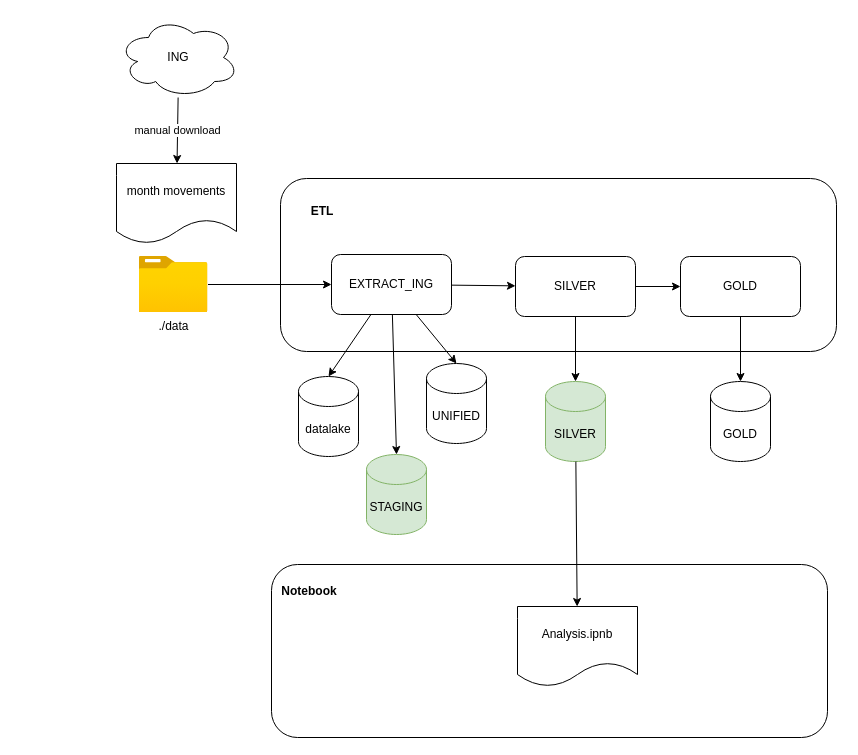
cperezh/DataEng_Patterns keeps this draw.io diagram as page "Components" (5 of 7) of diagrams/diagrams.dio. Above is the earlier version. Source tidied: cells renumbered, new cells numbered last; positions are measured from the earlier drawing's top-left corner, leaving out a move shared by most shapes. Both pictures are drawn from the tidied source at 100%, with x=0, y=0 at pixel (116, 17).
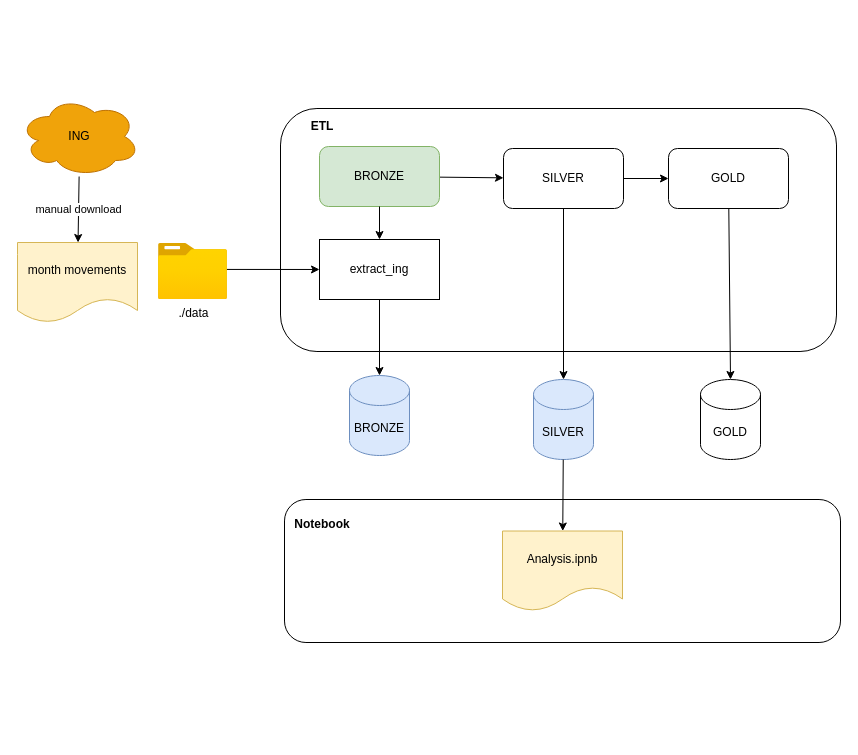
The same page after the edit.

Diff of the diagram source:
```diff
@@
     <mxCell id="2" style="rounded=1;whiteSpace=wrap;html=1;" parent="1" vertex="1">
-      <mxGeometry x="155" y="547" width="556" height="173" as="geometry" />
+      <mxGeometry x="168" y="482" width="556" height="143" as="geometry" />
     </mxCell>
     <mxCell id="3" style="rounded=1;whiteSpace=wrap;html=1;" parent="1" vertex="1">
-      <mxGeometry x="164" y="161" width="556" height="173" as="geometry" />
+      <mxGeometry x="164" y="91" width="556" height="243" as="geometry" />
     </mxCell>
@@
-    <mxCell id="5" value="ING" style="ellipse;shape=cloud;whiteSpace=wrap;html=1;" parent="1" vertex="1">
-      <mxGeometry x="2" width="120" height="80" as="geometry" />
+    <mxCell id="5" value="ING" style="ellipse;shape=cloud;whiteSpace=wrap;html=1;fillColor=#f0a30a;fontColor=#000000;strokeColor=#BD7000;" parent="1" vertex="1">
+      <mxGeometry x="-97" y="79" width="120" height="80" as="geometry" />
     </mxCell>
-    <mxCell id="6" value="month movements" style="shape=document;whiteSpace=wrap;html=1;boundedLbl=1;" parent="1" vertex="1">
-      <mxGeometry y="146" width="120" height="80" as="geometry" />
+    <mxCell id="6" value="month movements" style="shape=document;whiteSpace=wrap;html=1;boundedLbl=1;fillColor=#fff2cc;strokeColor=#d6b656;" parent="1" vertex="1">
+      <mxGeometry x="-99" y="225" width="120" height="80" as="geometry" />
     </mxCell>
@@
-    <mxCell id="8" value="EXTRACT_ING" style="rounded=1;whiteSpace=wrap;html=1;" parent="1" vertex="1">
-      <mxGeometry x="215" y="237" width="120" height="60" as="geometry" />
+    <mxCell id="8" value="BRONZE" style="rounded=1;whiteSpace=wrap;html=1;fillColor=#d5e8d4;strokeColor=#82b366;" parent="1" vertex="1">
+      <mxGeometry x="203" y="129" width="120" height="60" as="geometry" />
     </mxCell>
-    <mxCell id="9" style="edgeStyle=none;html=1;entryX=0;entryY=0.5;entryDx=0;entryDy=0;" parent="1" edge="1" source="10" target="8">
+    <mxCell id="9" style="edgeStyle=none;html=1;exitX=0.932;exitY=0.463;exitDx=0;exitDy=0;exitPerimeter=0;" parent="1" edge="1" source="10" target="29">
       <mxGeometry relative="1" as="geometry" />
     </mxCell>
     <mxCell id="10" value="./data" style="image;html=1;points=[];align=center;fontSize=12;image=img/lib/azure2/general/Folder_Blank.svg;strokeColor=default;verticalAlign=top;fontFamily=Helvetica;fontColor=default;labelBackgroundColor=default;fillColor=default;" parent="1" vertex="1">
-      <mxGeometry x="22.5" y="239" width="69" height="56" as="geometry" />
+      <mxGeometry x="42" y="226" width="69" height="56" as="geometry" />
     </mxCell>
-    <mxCell id="11" value="datalake" style="shape=cylinder3;whiteSpace=wrap;html=1;boundedLbl=1;backgroundOutline=1;size=15;" parent="1" vertex="1">
-      <mxGeometry x="182" y="359" width="60" height="80" as="geometry" />
-    </mxCell>
-    <mxCell id="12" style="edgeStyle=none;html=1;entryX=0.5;entryY=0;entryDx=0;entryDy=0;entryPerimeter=0;" parent="1" edge="1" source="8" target="11">
-      <mxGeometry relative="1" as="geometry" />
-    </mxCell>
@@
     <mxCell id="15" value="SILVER" style="rounded=1;whiteSpace=wrap;html=1;" parent="1" vertex="1">
-      <mxGeometry x="399" y="239" width="120" height="60" as="geometry" />
+      <mxGeometry x="387" y="131" width="120" height="60" as="geometry" />
     </mxCell>
     <mxCell id="16" value="GOLD" style="rounded=1;whiteSpace=wrap;html=1;" parent="1" vertex="1">
-      <mxGeometry x="564" y="239" width="120" height="60" as="geometry" />
+      <mxGeometry x="552" y="131" width="120" height="60" as="geometry" />
     </mxCell>
-    <mxCell id="17" value="SILVER" style="shape=cylinder3;whiteSpace=wrap;html=1;boundedLbl=1;backgroundOutline=1;size=15;fillColor=#d5e8d4;strokeColor=#82b366;" parent="1" vertex="1">
-      <mxGeometry x="429" y="364" width="60" height="80" as="geometry" />
+    <mxCell id="17" value="SILVER" style="shape=cylinder3;whiteSpace=wrap;html=1;boundedLbl=1;backgroundOutline=1;size=15;fillColor=#dae8fc;strokeColor=#6c8ebf;" parent="1" vertex="1">
+      <mxGeometry x="417" y="362" width="60" height="80" as="geometry" />
     </mxCell>
     <mxCell id="18" value="GOLD" style="shape=cylinder3;whiteSpace=wrap;html=1;boundedLbl=1;backgroundOutline=1;size=15;" parent="1" vertex="1">
-      <mxGeometry x="594" y="364" width="60" height="80" as="geometry" />
+      <mxGeometry x="584" y="362" width="60" height="80" as="geometry" />
     </mxCell>
@@
-    <mxCell id="21" value="STAGING" style="shape=cylinder3;whiteSpace=wrap;html=1;boundedLbl=1;backgroundOutline=1;size=15;fillColor=#d5e8d4;strokeColor=#82b366;" parent="1" vertex="1">
-      <mxGeometry x="250" y="437" width="60" height="80" as="geometry" />
+    <mxCell id="21" value="BRONZE" style="shape=cylinder3;whiteSpace=wrap;html=1;boundedLbl=1;backgroundOutline=1;size=15;fillColor=#dae8fc;strokeColor=#6c8ebf;" parent="1" vertex="1">
+      <mxGeometry x="233" y="358" width="60" height="80" as="geometry" />
     </mxCell>
-    <mxCell id="22" style="edgeStyle=none;html=1;entryX=0.5;entryY=0;entryDx=0;entryDy=0;entryPerimeter=0;" parent="1" edge="1" source="8" target="21">
+    <mxCell id="22" style="edgeStyle=none;html=1;entryX=0.5;entryY=0;entryDx=0;entryDy=0;entryPerimeter=0;" parent="1" edge="1" source="29" target="21">
       <mxGeometry relative="1" as="geometry" />
     </mxCell>
-    <mxCell id="23" value="UNIFIED" style="shape=cylinder3;whiteSpace=wrap;html=1;boundedLbl=1;backgroundOutline=1;size=15;" parent="1" vertex="1">
-      <mxGeometry x="310" y="346" width="60" height="80" as="geometry" />
-    </mxCell>
-    <mxCell id="24" style="edgeStyle=none;html=1;entryX=0.5;entryY=0;entryDx=0;entryDy=0;entryPerimeter=0;" parent="1" edge="1" source="8" target="23">
-      <mxGeometry relative="1" as="geometry" />
-    </mxCell>
     <mxCell id="25" value="Notebook" style="text;html=1;align=center;verticalAlign=middle;whiteSpace=wrap;rounded=0;fontStyle=1;" parent="1" vertex="1">
-      <mxGeometry x="163" y="559" width="60" height="30" as="geometry" />
+      <mxGeometry x="176" y="492" width="60" height="30" as="geometry" />
     </mxCell>
-    <mxCell id="26" value="Analysis.ipnb" style="shape=document;whiteSpace=wrap;html=1;boundedLbl=1;" parent="1" vertex="1">
-      <mxGeometry x="401" y="589" width="120" height="80" as="geometry" />
+    <mxCell id="26" value="Analysis.ipnb" style="shape=document;whiteSpace=wrap;html=1;boundedLbl=1;fillColor=#fff2cc;strokeColor=#d6b656;" parent="1" vertex="1">
+      <mxGeometry x="386" y="513.5" width="120" height="80" as="geometry" />
     </mxCell>
     <mxCell id="27" value="ETL" style="text;html=1;align=center;verticalAlign=middle;whiteSpace=wrap;rounded=0;fontStyle=1;" parent="1" vertex="1">
-      <mxGeometry x="176" y="179" width="60" height="30" as="geometry" />
+      <mxGeometry x="176" y="94" width="60" height="30" as="geometry" />
     </mxCell>
+    <mxCell id="28" style="edgeStyle=none;html=1;entryX=0.5;entryY=0;entryDx=0;entryDy=0;entryPerimeter=0;" parent="1" edge="1" source="8" target="29">
+      <mxGeometry relative="1" as="geometry" />
+    </mxCell>
+    <mxCell id="29" value="extract_ing" style="rounded=0;whiteSpace=wrap;html=1;" parent="1" vertex="1">
+      <mxGeometry x="203" y="222" width="120" height="60" as="geometry" />
+    </mxCell>
```
